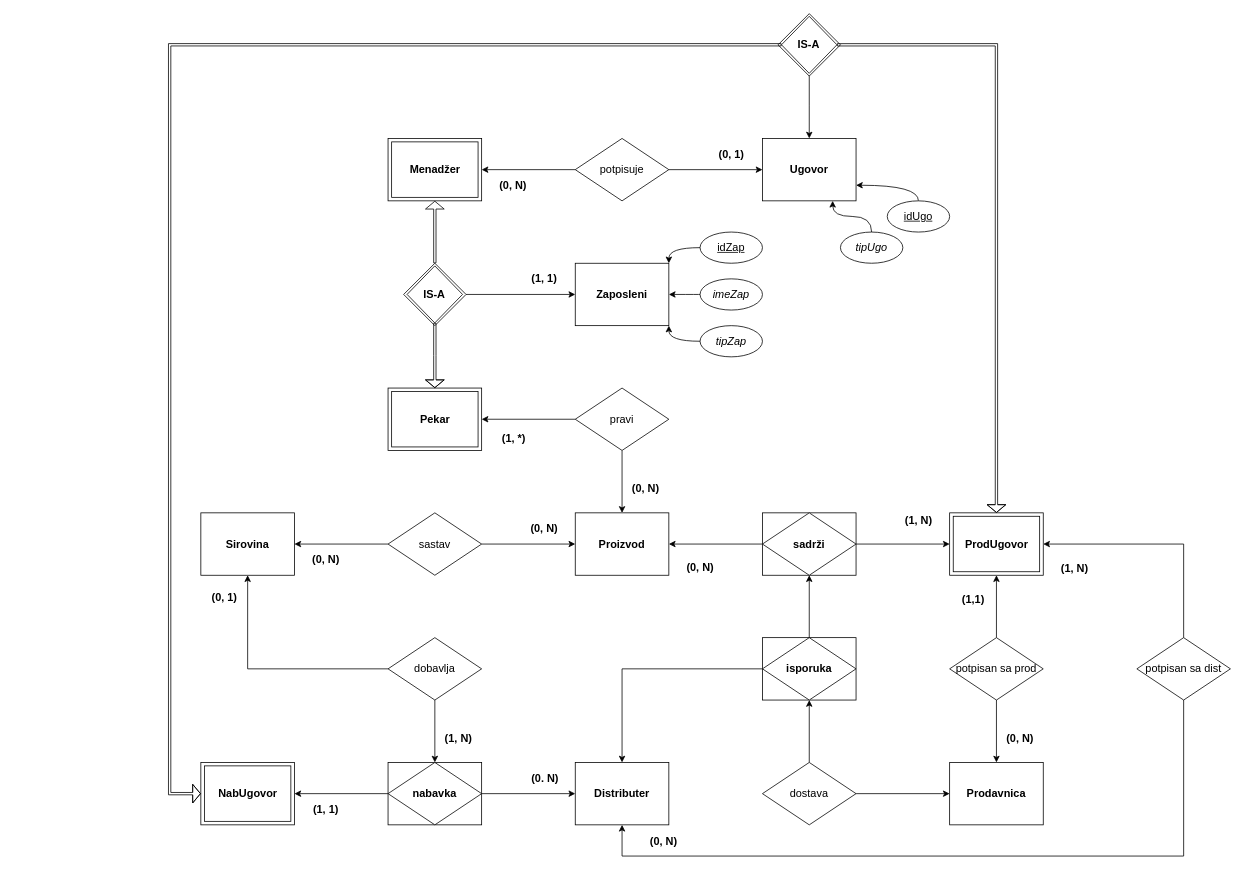
FmasterofU/bakery-bp2 keeps this draw.io diagram as bakery.drawio. Above is the earlier version. Source tidied: cells renumbered, new cells numbered last; positions are measured from the earlier drawing's top-left corner, leaving out a move shared by most shapes. Both pictures are drawn from the tidied source at 78%, with x=0, y=0 at pixel (169, 13).
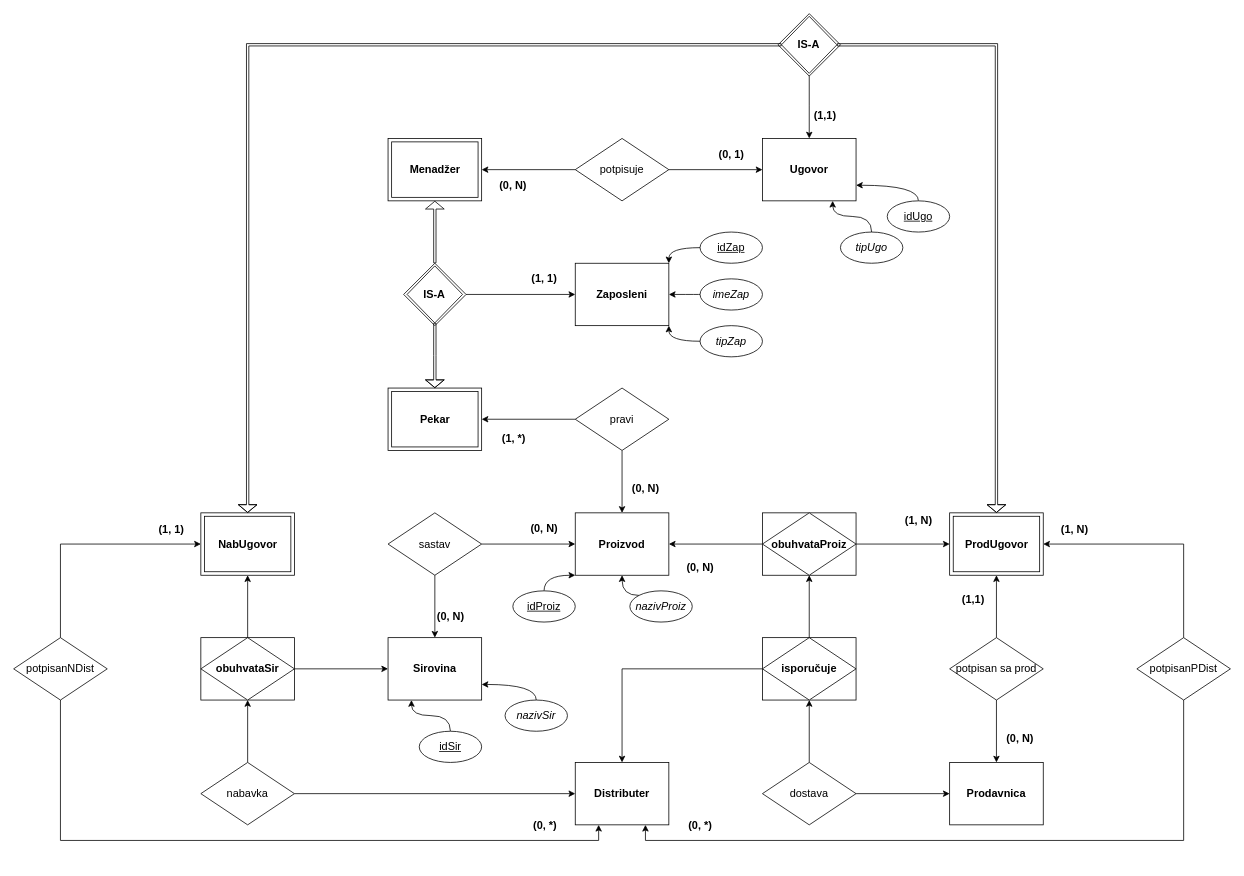
Above is the later version.

Unchanged cells that the change refers to:
```xml
<mxCell id="2" value="&lt;font style=&quot;font-size: 14px&quot;&gt;&lt;b&gt;Distributer&lt;/b&gt;&lt;/font&gt;" style="rounded=0;whiteSpace=wrap;html=1;" parent="1" vertex="1">
  <mxGeometry x="520" y="960" width="120" height="80" as="geometry" />
</mxCell>
<mxCell id="4" style="group;" parent="1" vertex="1">
  <mxGeometry x="760" y="800" width="120" height="80" as="geometry" />
</mxCell>
<mxCell id="8" style="group;" parent="1" vertex="1">
  <mxGeometry x="760" y="640" width="120" height="80" as="geometry" />
</mxCell>
<mxCell id="11" value="&lt;font style=&quot;font-size: 14px&quot;&gt;&lt;b&gt;Proizvod&lt;/b&gt;&lt;/font&gt;" style="rounded=0;whiteSpace=wrap;html=1;" parent="1" vertex="1">
  <mxGeometry x="520" y="640" width="120" height="80" as="geometry" />
</mxCell>
<mxCell id="22" value="&lt;font style=&quot;font-size: 14px&quot;&gt;sastav&lt;/font&gt;" style="rhombus;whiteSpace=wrap;html=1;" parent="1" vertex="1">
  <mxGeometry x="280" y="640" width="120" height="80" as="geometry" />
</mxCell>
<mxCell id="37" value="&lt;font style=&quot;font-size: 14px&quot;&gt;&lt;b&gt;Ugovor&lt;/b&gt;&lt;/font&gt;" style="rounded=0;whiteSpace=wrap;html=1;" parent="1" vertex="1">
  <mxGeometry x="760" y="160" width="120" height="80" as="geometry" />
</mxCell>
<mxCell id="40" value="&lt;p style=&quot;line-height: 120%&quot;&gt;&lt;b&gt;&lt;font style=&quot;font-size: 14px&quot;&gt;IS-A&lt;/font&gt;&lt;/b&gt;&lt;/p&gt;" style="rhombus;whiteSpace=wrap;html=1;" parent="38" vertex="1">
  <mxGeometry x="4.4" y="3.4" width="71.1" height="73.1" as="geometry" />
</mxCell>
<mxCell id="42" style="rounded=0;whiteSpace=wrap;html=1;" parent="41" vertex="1">
  <mxGeometry width="120" height="80" as="geometry" />
</mxCell>
<mxCell id="60" style="edgeStyle=orthogonalEdgeStyle;rounded=0;jettySize=auto;html=1;exitX=0.5;exitY=0;exitDx=0;exitDy=0;entryX=1;entryY=0.5;entryDx=0;entryDy=0;" parent="1" edge="1" source="64" target="45">
  <mxGeometry relative="1" as="geometry" />
</mxCell>
```

Change to the diagram source:
```diff
@@
-    <mxCell id="6" value="&lt;font style=&quot;font-size: 14px&quot;&gt;&lt;b&gt;isporuka&lt;/b&gt;&lt;/font&gt;" style="rhombus;whiteSpace=wrap;html=1;" parent="4" vertex="1">
+    <mxCell id="6" value="&lt;font style=&quot;font-size: 14px&quot;&gt;&lt;b&gt;isporučuje&lt;/b&gt;&lt;/font&gt;" style="rhombus;whiteSpace=wrap;html=1;" parent="4" vertex="1">
       <mxGeometry width="120" height="80" as="geometry" />
     </mxCell>
     <mxCell id="7" value="&lt;font style=&quot;font-size: 14px&quot;&gt;&lt;b&gt;Sirovina&lt;/b&gt;&lt;/font&gt;" style="rounded=0;whiteSpace=wrap;html=1;" parent="1" vertex="1">
-      <mxGeometry x="40" y="640" width="120" height="80" as="geometry" />
+      <mxGeometry x="280" y="800" width="120" height="80" as="geometry" />
     </mxCell>
@@
-    <mxCell id="10" value="&lt;font style=&quot;font-size: 14px&quot;&gt;&lt;b&gt;sadrži&lt;/b&gt;&lt;/font&gt;" style="rhombus;whiteSpace=wrap;html=1;" parent="8" vertex="1">
+    <mxCell id="10" value="&lt;font style=&quot;font-size: 14px&quot;&gt;&lt;b&gt;obuhvataProiz&lt;/b&gt;&lt;/font&gt;" style="rhombus;whiteSpace=wrap;html=1;" parent="8" vertex="1">
       <mxGeometry width="120" height="80" as="geometry" />
     </mxCell>
@@
-    <mxCell id="14" value="&lt;b&gt;&lt;font style=&quot;font-size: 14px&quot;&gt;(1, N)&lt;/font&gt;&lt;/b&gt;" style="edgeStyle=orthogonalEdgeStyle;rounded=0;jettySize=auto;html=1;entryX=0.5;entryY=0;entryDx=0;entryDy=0;" parent="1" edge="1" source="16" target="58">
-      <mxGeometry x="0.25" y="30" relative="1" as="geometry">
-        <mxPoint y="-1" as="offset" />
-      </mxGeometry>
-    </mxCell>
-    <mxCell id="15" value="(0, 1)" style="edgeStyle=orthogonalEdgeStyle;rounded=0;jettySize=auto;html=1;exitX=0;exitY=0.5;exitDx=0;exitDy=0;entryX=0.5;entryY=1;entryDx=0;entryDy=0;fontStyle=1;fontSize=14;" parent="1" edge="1" source="16" target="7">
-      <mxGeometry x="0.8" y="30" relative="1" as="geometry">
-        <mxPoint y="-1" as="offset" />
-      </mxGeometry>
-    </mxCell>
-    <mxCell id="16" value="&lt;font style=&quot;font-size: 14px&quot;&gt;dobavlja&lt;/font&gt;" style="rhombus;whiteSpace=wrap;html=1;" parent="1" vertex="1">
-      <mxGeometry x="280" y="800" width="120" height="80" as="geometry" />
-    </mxCell>
@@
-    <mxCell id="21" value="&lt;b&gt;&lt;font style=&quot;font-size: 14px&quot;&gt;(0, N)&lt;/font&gt;&lt;/b&gt;" style="edgeStyle=orthogonalEdgeStyle;rounded=0;jettySize=auto;html=1;entryX=1;entryY=0.5;entryDx=0;entryDy=0;" parent="1" edge="1" source="22" target="7">
+    <mxCell id="21" value="&lt;b&gt;&lt;font style=&quot;font-size: 14px&quot;&gt;(0, N)&lt;/font&gt;&lt;/b&gt;" style="edgeStyle=orthogonalEdgeStyle;rounded=0;jettySize=auto;html=1;entryX=0.5;entryY=0;entryDx=0;entryDy=0;" parent="1" edge="1" source="22" target="7">
       <mxGeometry x="0.33" y="20" relative="1" as="geometry" />
     </mxCell>
@@
-    <mxCell id="36" style="edgeStyle=orthogonalEdgeStyle;rounded=0;jettySize=auto;html=1;entryX=0.5;entryY=0;entryDx=0;entryDy=0;" parent="1" edge="1" source="40" target="37">
-      <mxGeometry relative="1" as="geometry" />
+    <mxCell id="36" value="&lt;font style=&quot;font-size: 14px&quot;&gt;&lt;b&gt;(1,1)&lt;/b&gt;&lt;/font&gt;" style="edgeStyle=orthogonalEdgeStyle;rounded=0;jettySize=auto;html=1;entryX=0.5;entryY=0;entryDx=0;entryDy=0;" parent="1" edge="1" source="40" target="37">
+      <mxGeometry x="0.28" y="20" relative="1" as="geometry">
+        <mxPoint y="1" as="offset" />
+      </mxGeometry>
     </mxCell>
@@
     <mxCell id="41" style="group;" parent="1" vertex="1">
-      <mxGeometry x="40" y="960" width="120" height="80" as="geometry" />
+      <mxGeometry x="40" y="640" width="120" height="80" as="geometry" />
     </mxCell>
@@
-    <mxCell id="47" style="edgeStyle=orthogonalEdgeStyle;rounded=0;jettySize=auto;html=1;endArrow=block;strokeWidth=1;shape=flexArrow;width=3;endSize=3;startSize=3;endWidth=20;entryX=0;entryY=0.5;entryDx=0;entryDy=0;" parent="1" edge="1" source="40" target="42">
+    <mxCell id="47" style="edgeStyle=orthogonalEdgeStyle;rounded=0;jettySize=auto;html=1;endArrow=block;strokeWidth=1;shape=flexArrow;width=3;endSize=3;startSize=3;endWidth=20;entryX=0.5;entryY=0;entryDx=0;entryDy=0;" parent="1" edge="1" source="40" target="42">
       <mxGeometry relative="1" as="geometry">
         <Array as="points">
-          <mxPoint y="40" />
-          <mxPoint y="1000" />
+          <mxPoint x="100" y="40" />
         </Array>
       </mxGeometry>
     </mxCell>
@@
-    <mxCell id="56" style="group;" parent="1" vertex="1">
-      <mxGeometry x="280" y="960" width="120" height="80" as="geometry" />
-    </mxCell>
-    <mxCell id="57" style="rounded=0;whiteSpace=wrap;html=1;" parent="56" vertex="1">
-      <mxGeometry width="120" height="80" as="geometry" />
-    </mxCell>
-    <mxCell id="58" value="&lt;font style=&quot;font-size: 14px&quot;&gt;&lt;b&gt;nabavka&lt;/b&gt;&lt;/font&gt;" style="rhombus;whiteSpace=wrap;html=1;" parent="56" vertex="1">
-      <mxGeometry width="120" height="80" as="geometry" />
-    </mxCell>
-    <mxCell id="59" value="&lt;b&gt;&lt;font style=&quot;font-size: 14px&quot;&gt;(1, 1)&lt;/font&gt;&lt;/b&gt;" style="edgeStyle=orthogonalEdgeStyle;rounded=0;jettySize=auto;html=1;exitX=0;exitY=0.5;exitDx=0;exitDy=0;entryX=1;entryY=0.5;entryDx=0;entryDy=0;" parent="1" edge="1" source="57" target="42">
-      <mxGeometry x="0.33" y="20" relative="1" as="geometry" />
-    </mxCell>
@@
     <mxCell id="61" value="&lt;b&gt;(1, N)&lt;/b&gt;" style="edgeLabel;html=1;align=center;verticalAlign=middle;fontSize=14;" parent="60" vertex="1">
       <mxGeometry x="0.23" y="4" relative="1" as="geometry">
-        <mxPoint x="-75.3" y="26" as="offset" />
+        <mxPoint x="-75.3" y="-24" as="offset" />
       </mxGeometry>
     </mxCell>
-    <mxCell id="62" style="edgeStyle=orthogonalEdgeStyle;rounded=0;jettySize=auto;html=1;entryX=0.5;entryY=1;entryDx=0;entryDy=0;exitX=0.5;exitY=1;exitDx=0;exitDy=0;" parent="1" edge="1" source="64" target="2">
-      <mxGeometry relative="1" as="geometry">
-        <Array as="points">
-          <mxPoint x="1300" y="1080" />
-          <mxPoint x="580" y="1080" />
-        </Array>
-      </mxGeometry>
+    <mxCell id="62" style="edgeStyle=orthogonalEdgeStyle;rounded=0;jettySize=auto;html=1;entryX=0.75;entryY=1;entryDx=0;entryDy=0;fontSize=14;exitX=0.5;exitY=1;exitDx=0;exitDy=0;" parent="1" edge="1" source="64" target="2">
+      <mxGeometry relative="1" as="geometry" />
     </mxCell>
-    <mxCell id="63" value="&lt;b&gt;(0, N)&lt;/b&gt;" style="edgeLabel;html=1;align=center;verticalAlign=middle;fontSize=14;" parent="62" vertex="1">
-      <mxGeometry x="0.5" y="-2" relative="1" as="geometry">
-        <mxPoint x="-147.7" y="-18" as="offset" />
-      </mxGeometry>
-    </mxCell>
+    <mxCell id="82" value="&lt;b&gt;(0, *)&lt;/b&gt;" style="edgeLabel;html=1;align=center;verticalAlign=middle;fontSize=14;" parent="62" vertex="1">
+      <mxGeometry x="0.66" y="1" relative="1" as="geometry">
+        <mxPoint x="-61.4" y="-21" as="offset" />
+      </mxGeometry>
+    </mxCell>
-    <mxCell id="64" value="&lt;font style=&quot;font-size: 14px&quot;&gt;potpisan sa dist&lt;/font&gt;" style="rhombus;whiteSpace=wrap;html=1;" parent="1" vertex="1">
+    <mxCell id="64" value="&lt;font style=&quot;font-size: 14px&quot;&gt;potpisanPDist&lt;/font&gt;" style="rhombus;whiteSpace=wrap;html=1;" parent="1" vertex="1">
       <mxGeometry x="1240" y="800" width="120" height="80" as="geometry" />
     </mxCell>
@@
-    <mxCell id="70" style="edgeStyle=orthogonalEdgeStyle;rounded=0;jettySize=auto;html=1;entryX=0;entryY=0.5;entryDx=0;entryDy=0;fontSize=14;" parent="1" edge="1" source="58" target="2">
-      <mxGeometry relative="1" as="geometry" />
-    </mxCell>
-    <mxCell id="71" value="&lt;b&gt;(0. N)&lt;/b&gt;" style="edgeLabel;html=1;align=center;verticalAlign=middle;fontSize=14;" parent="70" vertex="1">
-      <mxGeometry x="0.22" y="3" relative="1" as="geometry">
-        <mxPoint x="7.1" y="-17" as="offset" />
-      </mxGeometry>
-    </mxCell>
@@
+    <mxCell id="83" style="edgeStyle=orthogonalEdgeStyle;curved=1;rounded=0;jettySize=auto;html=1;exitX=0.5;exitY=0;exitDx=0;exitDy=0;fontSize=14;entryX=0.25;entryY=1;entryDx=0;entryDy=0;" parent="1" edge="1" source="84" target="7">
+      <mxGeometry relative="1" as="geometry" />
+    </mxCell>
+    <mxCell id="84" value="&lt;u&gt;idSir&lt;/u&gt;" style="ellipse;whiteSpace=wrap;html=1;fontSize=14;" parent="1" vertex="1">
+      <mxGeometry x="320" y="920" width="80" height="40" as="geometry" />
+    </mxCell>
+    <mxCell id="85" style="edgeStyle=orthogonalEdgeStyle;curved=1;rounded=0;jettySize=auto;html=1;exitX=0.5;exitY=0;exitDx=0;exitDy=0;fontSize=14;entryX=1;entryY=0.75;entryDx=0;entryDy=0;" parent="1" edge="1" source="86" target="7">
+      <mxGeometry relative="1" as="geometry" />
+    </mxCell>
+    <mxCell id="86" value="&lt;i&gt;nazivSir&lt;/i&gt;" style="ellipse;whiteSpace=wrap;html=1;fontSize=14;" parent="1" vertex="1">
+      <mxGeometry x="430" y="880" width="80" height="40" as="geometry" />
+    </mxCell>
+    <mxCell id="87" style="edgeStyle=orthogonalEdgeStyle;curved=1;rounded=0;jettySize=auto;html=1;exitX=0.5;exitY=0;exitDx=0;exitDy=0;entryX=0;entryY=1;entryDx=0;entryDy=0;fontSize=14;" parent="1" edge="1" source="88" target="11">
+      <mxGeometry relative="1" as="geometry" />
+    </mxCell>
+    <mxCell id="88" value="&lt;u&gt;idProiz&lt;/u&gt;" style="ellipse;whiteSpace=wrap;html=1;fontSize=14;" parent="1" vertex="1">
+      <mxGeometry x="440" y="740" width="80" height="40" as="geometry" />
+    </mxCell>
+    <mxCell id="89" style="edgeStyle=orthogonalEdgeStyle;curved=1;rounded=0;jettySize=auto;html=1;exitX=0;exitY=0;exitDx=0;exitDy=0;entryX=0.5;entryY=1;entryDx=0;entryDy=0;fontSize=14;" parent="1" edge="1" source="90" target="11">
+      <mxGeometry relative="1" as="geometry" />
+    </mxCell>
+    <mxCell id="90" value="&lt;i&gt;nazivProiz&lt;/i&gt;" style="ellipse;whiteSpace=wrap;html=1;fontSize=14;" parent="1" vertex="1">
+      <mxGeometry x="590" y="740" width="80" height="40" as="geometry" />
+    </mxCell>
+    <mxCell id="91" style="group;" parent="1" vertex="1">
+      <mxGeometry x="40" y="800" width="120" height="80" as="geometry" />
+    </mxCell>
+    <mxCell id="57" style="rounded=0;whiteSpace=wrap;html=1;" parent="91" vertex="1">
+      <mxGeometry width="120" height="80" as="geometry" />
+    </mxCell>
+    <mxCell id="92" value="&lt;font style=&quot;font-size: 14px&quot;&gt;&lt;b&gt;obuhvataSir&lt;/b&gt;&lt;/font&gt;" style="rhombus;whiteSpace=wrap;html=1;" parent="91" vertex="1">
+      <mxGeometry width="120" height="80" as="geometry" />
+    </mxCell>
+    <mxCell id="93" style="edgeStyle=orthogonalEdgeStyle;rounded=0;jettySize=auto;html=1;fontSize=14;entryX=0.5;entryY=1;entryDx=0;entryDy=0;" parent="1" edge="1" source="92" target="42">
+      <mxGeometry relative="1" as="geometry" />
+    </mxCell>
+    <mxCell id="94" style="edgeStyle=orthogonalEdgeStyle;rounded=0;jettySize=auto;html=1;fontSize=14;entryX=0;entryY=0.5;entryDx=0;entryDy=0;" parent="1" edge="1" source="92" target="7">
+      <mxGeometry relative="1" as="geometry" />
+    </mxCell>
+    <mxCell id="95" style="edgeStyle=orthogonalEdgeStyle;rounded=0;jettySize=auto;html=1;entryX=0.5;entryY=1;entryDx=0;entryDy=0;fontSize=14;exitX=0.5;exitY=0;exitDx=0;exitDy=0;" parent="1" edge="1" source="58" target="92">
+      <mxGeometry relative="1" as="geometry" />
+    </mxCell>
+    <mxCell id="70" style="edgeStyle=orthogonalEdgeStyle;rounded=0;jettySize=auto;html=1;exitX=1;exitY=0.5;exitDx=0;exitDy=0;entryX=0;entryY=0.5;entryDx=0;entryDy=0;fontSize=14;" parent="1" edge="1" source="58" target="2">
+      <mxGeometry relative="1" as="geometry" />
+    </mxCell>
+    <mxCell id="96" style="edgeStyle=orthogonalEdgeStyle;rounded=0;jettySize=auto;html=1;entryX=0;entryY=0.5;entryDx=0;entryDy=0;fontSize=14;exitX=0.5;exitY=0;exitDx=0;exitDy=0;" parent="1" edge="1" source="99" target="42">
+      <mxGeometry relative="1" as="geometry" />
+    </mxCell>
+    <mxCell id="59" value="&lt;b&gt;(1, 1)&lt;/b&gt;" style="edgeLabel;html=1;align=center;verticalAlign=middle;fontSize=14;" parent="96" vertex="1">
+      <mxGeometry x="0.49" relative="1" as="geometry">
+        <mxPoint x="37.1" y="-20" as="offset" />
+      </mxGeometry>
+    </mxCell>
+    <mxCell id="97" style="edgeStyle=orthogonalEdgeStyle;rounded=0;jettySize=auto;html=1;entryX=0.25;entryY=1;entryDx=0;entryDy=0;fontSize=14;exitX=0.5;exitY=1;exitDx=0;exitDy=0;" parent="1" edge="1" source="99" target="2">
+      <mxGeometry relative="1" as="geometry" />
+    </mxCell>
+    <mxCell id="98" value="&lt;span&gt;(0, *)&lt;/span&gt;" style="edgeLabel;html=1;align=center;verticalAlign=middle;fontSize=14;fontStyle=1;" parent="97" vertex="1">
+      <mxGeometry x="0.73" y="-4" relative="1" as="geometry">
+        <mxPoint x="30" y="-24" as="offset" />
+      </mxGeometry>
+    </mxCell>
+    <mxCell id="99" value="potpisanNDist" style="rhombus;whiteSpace=wrap;html=1;fontSize=14;" parent="1" vertex="1">
+      <mxGeometry x="-200" y="800" width="120" height="80" as="geometry" />
+    </mxCell>
+    <mxCell id="58" value="nabavka" style="rhombus;whiteSpace=wrap;html=1;fontSize=14;" parent="1" vertex="1">
+      <mxGeometry x="40" y="960" width="120" height="80" as="geometry" />
+    </mxCell>
```
